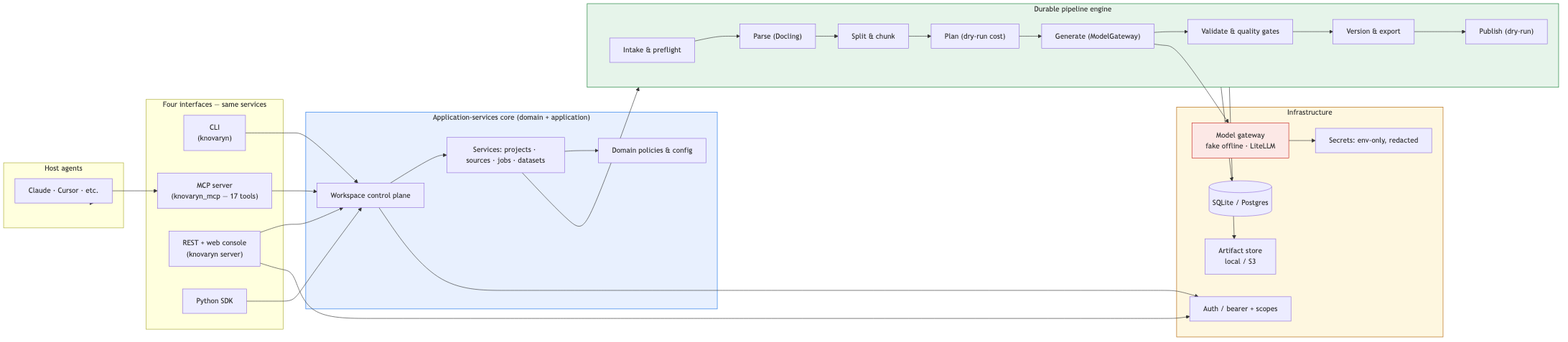
This is docs/assets/system-architecture.png from waalwalker1/knovaryn, a Mermaid export, as it was before one commit. Its source is kept beside it as docs/assets/diagrams/system-architecture.mmd.
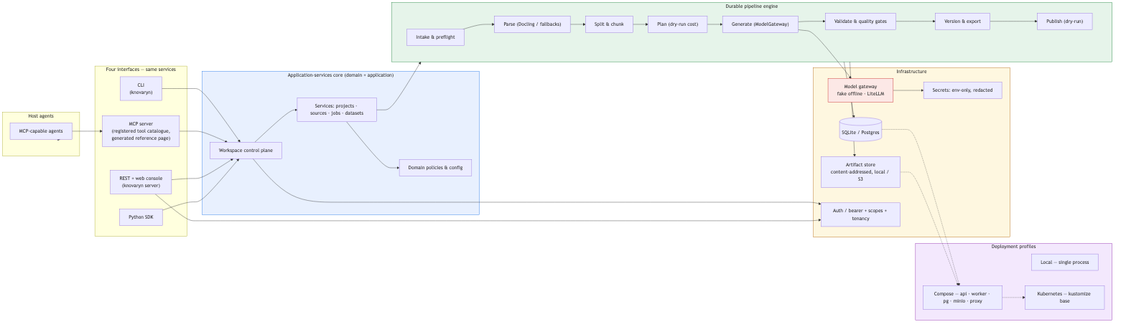
The same file after the commit.

Change to the diagram source:
```diff
@@ -1,11 +1,11 @@
 flowchart LR
     subgraph AGENTS["Host agents"]
-        MCPAG["Claude · Cursor · etc."]
+        MCPAG["MCP-capable agents"]
     end
 
     subgraph INTERFACES["Four interfaces — same services"]
         C["CLI<br/>(knovaryn)"]
-        M["MCP server<br/>(knovaryn_mcp — 23 tools)"]
+        M["MCP server<br/>(registered tool catalogue,<br/>generated reference page)"]
         R["REST + web console<br/>(knovaryn server)"]
         S["Python SDK"]
     end
@@ -18,7 +18,7 @@
 
     subgraph PIPELINE["Durable pipeline engine"]
         IN["Intake & preflight"]
-        PA["Parse (Docling)"]
+        PA["Parse (Docling / fallbacks)"]
         SP["Split & chunk"]
         PL["Plan (dry-run cost)"]
         GE["Generate (ModelGateway)"]
@@ -30,10 +30,16 @@
 
     subgraph INFRA["Infrastructure"]
         DB[("SQLite / Postgres")]
-        ART["Artifact store<br/>local / S3"]
+        ART["Artifact store<br/>content-addressed, local / S3"]
         MG["Model gateway<br/>fake offline · LiteLLM"]
-        AUTH["Auth / bearer + scopes"]
+        AUTH["Auth / bearer + scopes + tenancy"]
         SEC["Secrets: env-only, redacted"]
+    end
+
+    subgraph DEPLOY["Deployment profiles"]
+        D1["Local — single process"]
+        D2["Compose — api · worker · pg · minio · proxy"]
+        D3["Kubernetes — kustomize base"]
     end
 
     AGENTS --> MCPAG --> M
@@ -49,8 +55,12 @@
     WS --> AUTH
     R --> AUTH
     MG --> SEC
+    DB -.-> D2
+    ART -.-> D2
+    D2 -.-> D3
 
     style CORE fill:#e8f0fe,stroke:#1a73e8
     style PIPELINE fill:#e6f4ea,stroke:#188038
     style INFRA fill:#fef7e0,stroke:#b06000
     style MG fill:#fce8e6,stroke:#c5221f
+    style DEPLOY fill:#f3e8fd,stroke:#8e24aa
```
